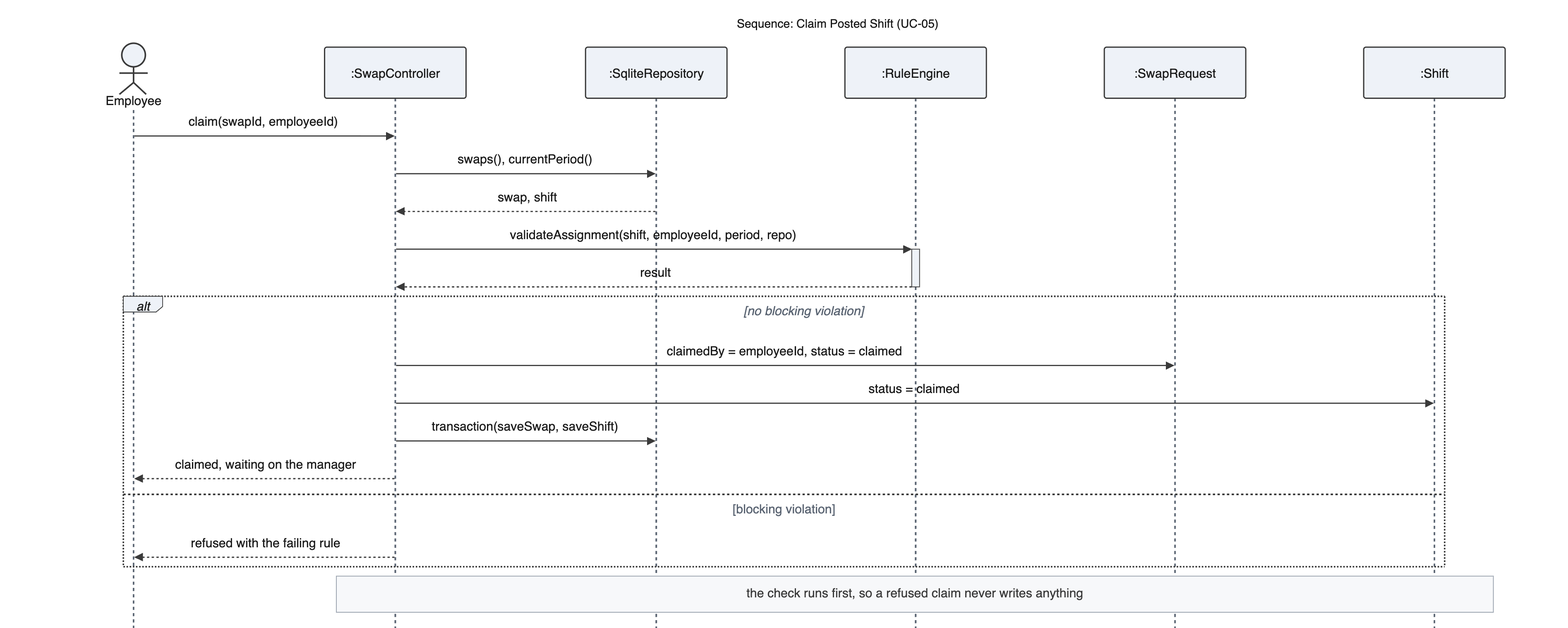
The Mermaid diagram diagrams/images/interactions/sd_claim.png in perfettiful/ShiftChex, before a commit. Its source is kept beside it as diagrams/mmd/interactions/sd_claim.mmd. The source it was exported from:
```mermaid
---
title: "Sequence: Claim Posted Shift (UC-05)"
---
sequenceDiagram
    actor Employee
    participant SW as :SwapController
    participant Repo as :SqliteRepository
    participant RE as :RuleEngine
    participant SR as :SwapRequest
    participant Sh as :Shift
    Employee->>SW: claim(swapId, employeeId)
    SW->>Repo: swaps(), currentPeriod()
    Repo-->>SW: swap, shift
    SW->>+RE: validateAssignment(shift, employeeId, period, repo)
    RE-->>-SW: result
    alt no blocking violation
        SW->>SR: claimedBy = employeeId, status = claimed
        SW->>Sh: status = claimed
        SW->>Repo: transaction(saveSwap, saveShift)
        SW-->>Employee: claimed, waiting on the manager
    else blocking violation
        SW-->>Employee: refused with the failing rule
    end
    Note over SW,Sh: the check runs first, so a refused claim never writes anything
```
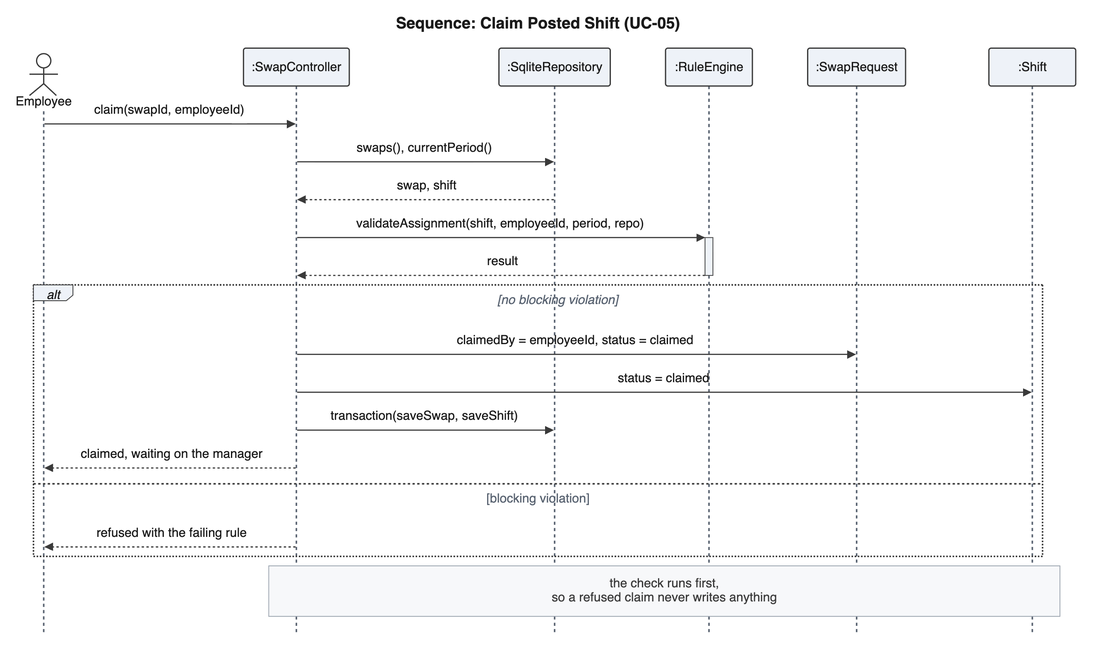
Later version of the same file.

What changed in the source:
```diff
@@ -21,4 +21,4 @@
     else blocking violation
         SW-->>Employee: refused with the failing rule
     end
-    Note over SW,Sh: the check runs first, so a refused claim never writes anything
+    Note over SW,Sh: the check runs first,<br/>so a refused claim never writes anything
```
